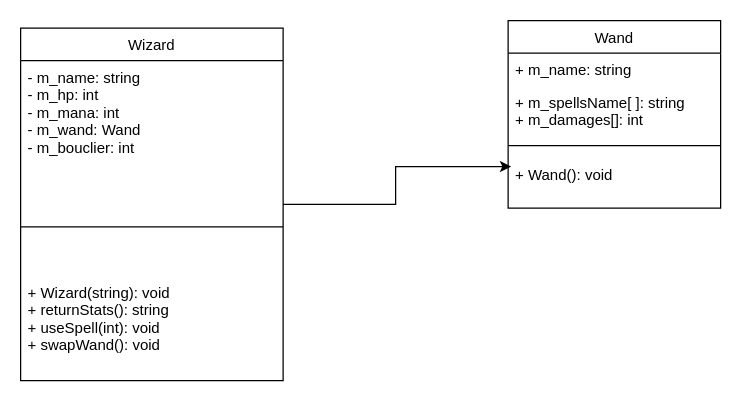
The draw.io diagram DuelMagicien/AreneCreature.drawio in 0livierB3rgeron/DuelMagiciens, before the edit. Source tidied: cells renumbered, new cells numbered last; positions are measured from the earlier drawing's top-left corner, leaving out a move shared by most shapes. Both pictures are drawn from the tidied source at 125%, with x=0, y=0 at pixel (20, 20).
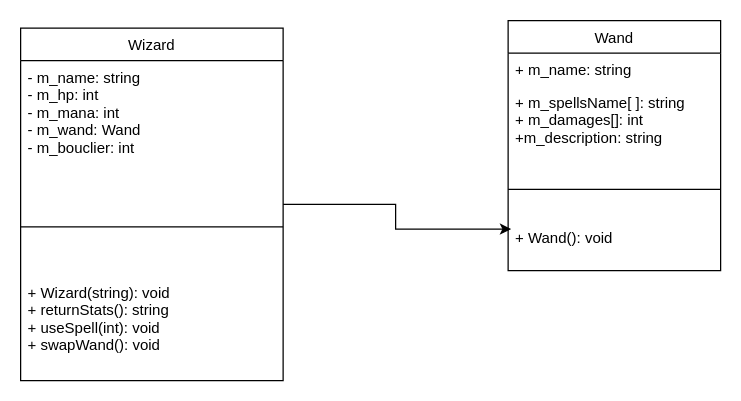
After the change.

Diff of the diagram source:
```diff
@@
 <mxGraphModel>
   <root>
     <mxCell id="0" />
     <mxCell id="1" parent="0" />
     <mxCell id="2" style="edgeStyle=orthogonalEdgeStyle;rounded=0;jettySize=auto;html=1;exitX=1;exitY=0.5;exitDx=0;exitDy=0;entryX=0.014;entryY=0.169;entryDx=0;entryDy=0;entryPerimeter=0;" parent="1" edge="1" source="3" target="11">
       <mxGeometry relative="1" as="geometry" />
     </mxCell>
     <mxCell id="3" value="Wizard" style="swimlane;fontStyle=0;align=center;verticalAlign=top;horizontal=1;startSize=26;rounded=0;shadow=0;strokeWidth=1;" parent="1" vertex="1">
       <mxGeometry y="6" width="210" height="282" as="geometry" />
     </mxCell>
     <mxCell id="4" value="- m_name: string&#10;- m_hp: int&#10;- m_mana: int&#10;- m_wand: Wand&#10;- m_bouclier: int" style="text;align=left;verticalAlign=top;spacingLeft=4;spacingRight=4;overflow=hidden;" parent="3" vertex="1">
       <mxGeometry y="26" width="210" height="94" as="geometry" />
     </mxCell>
     <mxCell id="5" style="line;html=1;strokeWidth=1;align=left;verticalAlign=middle;spacingTop=-1;spacingLeft=3;spacingRight=3;labelPosition=right;" parent="3" vertex="1">
       <mxGeometry y="120" width="210" height="78" as="geometry" />
     </mxCell>
     <mxCell id="6" value="+ Wizard(string): void&#10;+ returnStats(): string&#10;+ useSpell(int): void&#10;+ swapWand(): void" style="text;align=left;verticalAlign=top;spacingLeft=4;spacingRight=4;overflow=hidden;" parent="3" vertex="1">
       <mxGeometry y="198" width="210" height="84" as="geometry" />
     </mxCell>
     <mxCell id="7" value="Wand" style="swimlane;fontStyle=0;horizontal=1;startSize=26;fillColor=none;" parent="1" vertex="1">
-      <mxGeometry x="390" width="170" height="150" as="geometry" />
+      <mxGeometry x="390" width="170" height="200" as="geometry" />
     </mxCell>
     <mxCell id="8" value="+ m_name: string" style="text;strokeColor=none;fillColor=none;align=left;verticalAlign=top;spacingLeft=4;spacingRight=4;overflow=hidden;" parent="7" vertex="1">
       <mxGeometry y="26" width="170" height="26" as="geometry" />
     </mxCell>
-    <mxCell id="9" value="+ m_spellsName[ ]: string&#10;+ m_damages[]: int" style="text;strokeColor=none;fillColor=none;align=left;verticalAlign=top;spacingLeft=4;spacingRight=4;overflow=hidden;" parent="7" vertex="1">
-      <mxGeometry y="52" width="170" height="38" as="geometry" />
+    <mxCell id="9" value="+ m_spellsName[ ]: string&#10;+ m_damages[]: int&#10;+m_description: string" style="text;strokeColor=none;fillColor=none;align=left;verticalAlign=top;spacingLeft=4;spacingRight=4;overflow=hidden;" parent="7" vertex="1">
+      <mxGeometry y="52" width="170" height="58" as="geometry" />
     </mxCell>
     <mxCell id="10" style="line;strokeWidth=1;fillColor=none;align=left;verticalAlign=middle;spacingTop=-1;spacingLeft=3;spacingRight=3;labelPosition=right;" parent="7" vertex="1">
-      <mxGeometry y="90" width="170" height="20" as="geometry" />
+      <mxGeometry y="110" width="170" height="50" as="geometry" />
     </mxCell>
     <mxCell id="11" value="+ Wand(): void" style="text;strokeColor=none;fillColor=none;align=left;verticalAlign=top;spacingLeft=4;spacingRight=4;overflow=hidden;points=[[0,0.5],[1,0.5]];portConstraint=eastwest;" parent="7" vertex="1">
-      <mxGeometry y="110" width="170" height="40" as="geometry" />
+      <mxGeometry y="160" width="170" height="40" as="geometry" />
     </mxCell>
   </root>
 </mxGraphModel>
```
